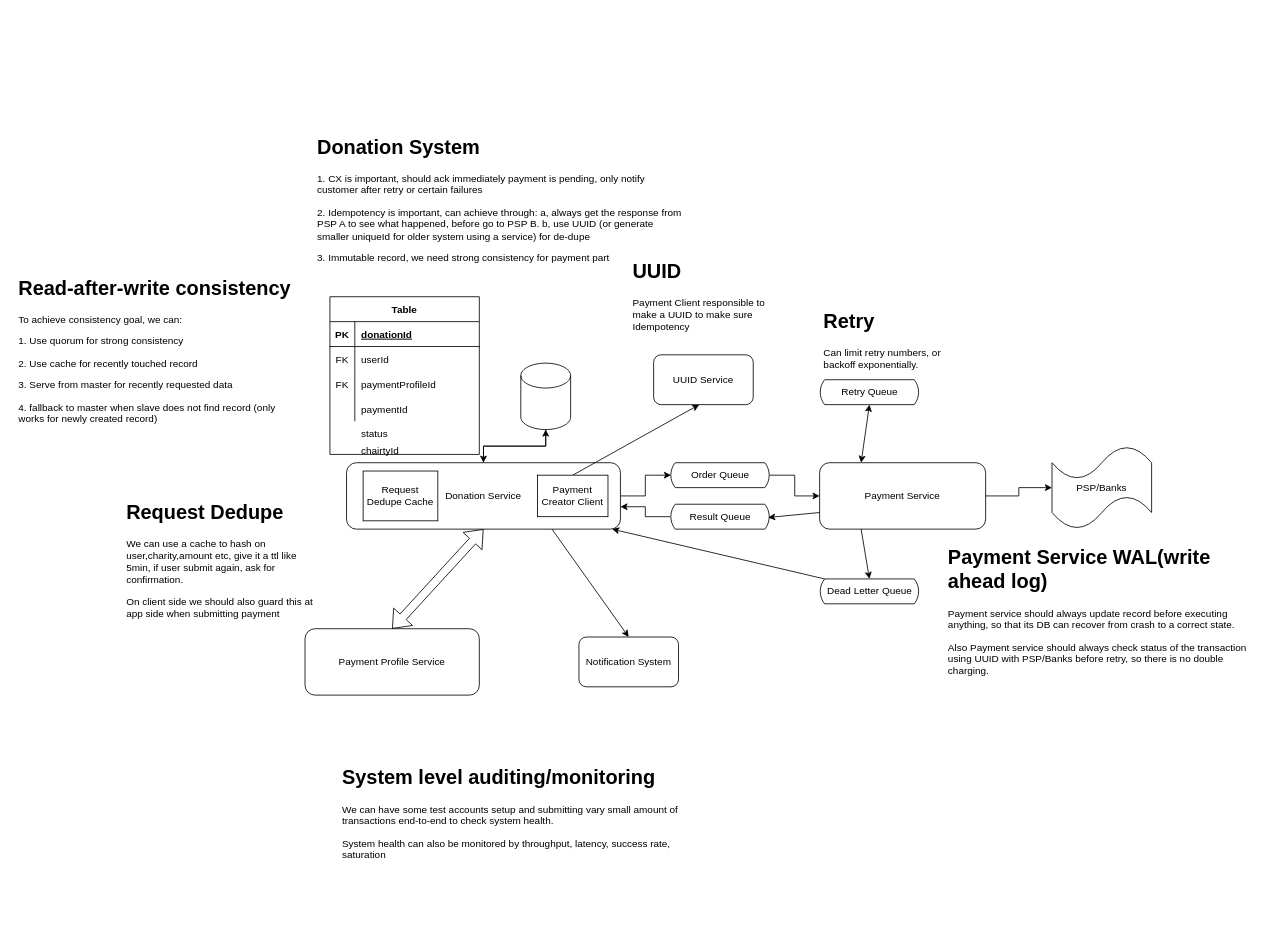
This is System Design Diagrams/Donation System Diagram.drawio from zyy890316/CS-Notes, a draw.io file, before an edit. Source tidied: cells renumbered, new cells numbered last; positions are measured from the earlier drawing's top-left corner, leaving out a move shared by most shapes. Both pictures are drawn from the tidied source at 83%, with x=0, y=0 at pixel (14, 130).
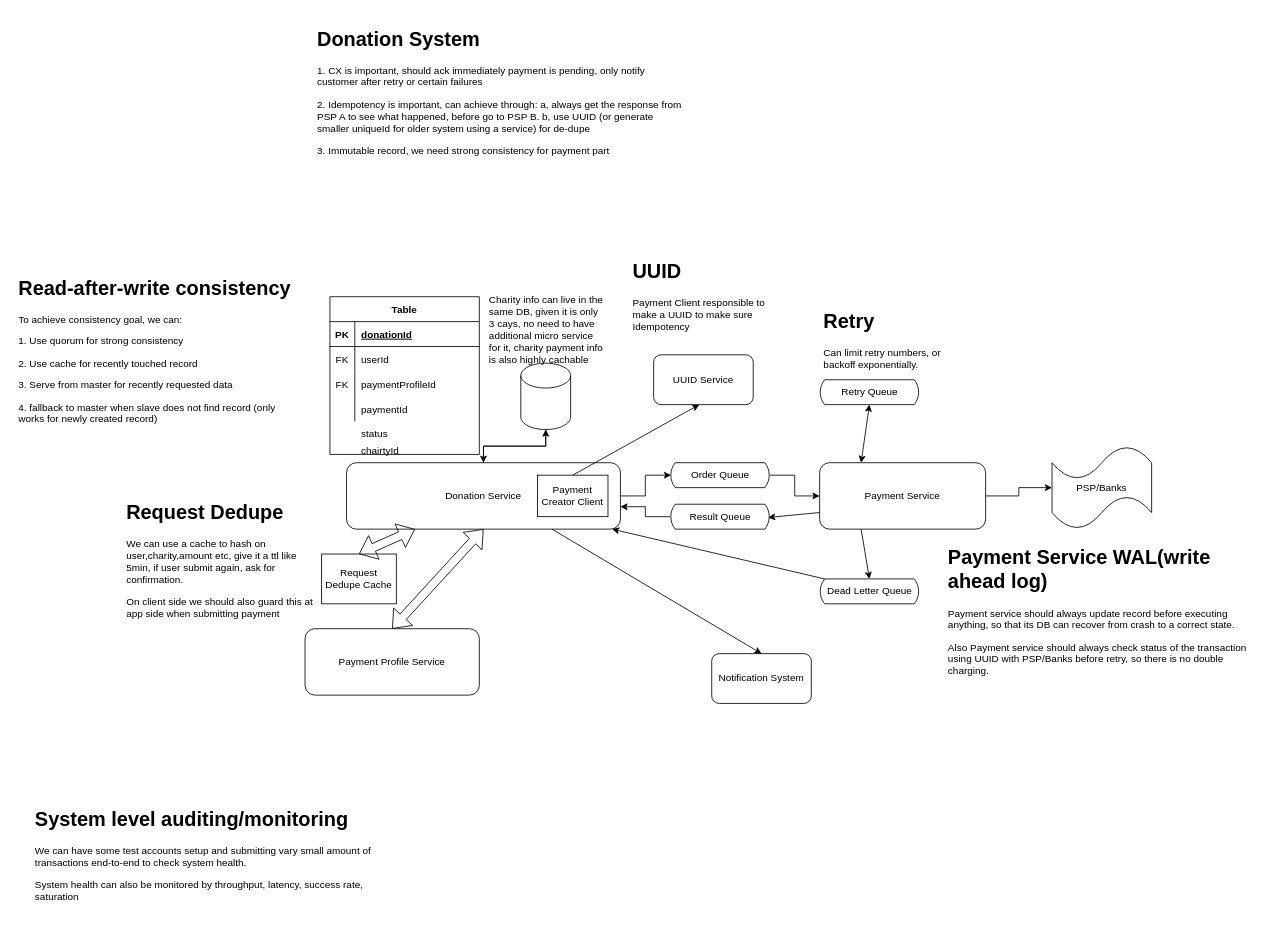
The same page after the edit.

Unchanged cells that the change refers to:
```xml
<mxCell id="6" value="Donation Service" style="rounded=1;whiteSpace=wrap;html=1;" parent="1" vertex="1">
  <mxGeometry x="400" y="400" width="330" height="80" as="geometry" />
</mxCell>
```

Change to the diagram source:
```diff
@@
     <mxCell id="2" value="&lt;h1&gt;Donation System&lt;/h1&gt;&lt;p&gt;1. CX is important, should ack immediately payment is pending, only notify customer after retry or certain failures&lt;/p&gt;&lt;p&gt;2. Idempotency is important, can achieve through: a, always get the response from PSP A to see what happened, before go to PSP B. b, use UUID (or generate smaller uniqueId for older system using a service) for de-dupe&amp;nbsp;&lt;/p&gt;&lt;p&gt;3. Immutable record, we need strong consistency for payment part&lt;/p&gt;" style="text;html=1;strokeColor=none;fillColor=none;spacing=5;spacingTop=-20;whiteSpace=wrap;overflow=hidden;rounded=0;" parent="1" vertex="1">
-      <mxGeometry x="360" width="450" height="180" as="geometry" />
+      <mxGeometry x="360" y="-130" width="450" height="180" as="geometry" />
     </mxCell>
@@
     <mxCell id="42" value="Notification System" style="rounded=1;whiteSpace=wrap;html=1;" parent="1" vertex="1">
-      <mxGeometry x="680" y="610" width="120" height="60" as="geometry" />
+      <mxGeometry x="840" y="630" width="120" height="60" as="geometry" />
     </mxCell>
@@
     <mxCell id="46" value="Request Dedupe Cache" style="rounded=0;whiteSpace=wrap;html=1;" parent="1" vertex="1">
-      <mxGeometry x="420" y="410" width="90" height="60" as="geometry" />
+      <mxGeometry x="370" y="510" width="90" height="60" as="geometry" />
     </mxCell>
@@
     <mxCell id="49" value="&lt;h1&gt;System level auditing/monitoring&lt;/h1&gt;&lt;p&gt;We can have some test accounts setup and submitting vary small amount of transactions end-to-end to check system health.&amp;nbsp;&lt;/p&gt;&lt;p&gt;System health can also be monitored by throughput, latency, success rate, saturation&lt;/p&gt;" style="text;html=1;strokeColor=none;fillColor=none;spacing=5;spacingTop=-20;whiteSpace=wrap;overflow=hidden;rounded=0;" parent="1" vertex="1">
-      <mxGeometry x="390" y="760" width="440" height="160" as="geometry" />
+      <mxGeometry x="20" y="810" width="440" height="160" as="geometry" />
     </mxCell>
+    <mxCell id="50" value="Charity info can live in the same DB, given it is only 3 cays, no need to have additional micro service for it, charity payment info is also highly cachable" style="text;html=1;strokeColor=none;fillColor=none;align=left;verticalAlign=middle;whiteSpace=wrap;rounded=0;" parent="1" vertex="1">
+      <mxGeometry x="570" y="180" width="140" height="120" as="geometry" />
+    </mxCell>
+    <mxCell id="51" style="shape=flexArrow;endArrow=classic;startArrow=classic;html=1;exitX=0.5;exitY=0;exitDx=0;exitDy=0;entryX=0.25;entryY=1;entryDx=0;entryDy=0;" parent="1" edge="1" source="46" target="6">
+      <mxGeometry relative="1" as="geometry" />
+    </mxCell>
```
